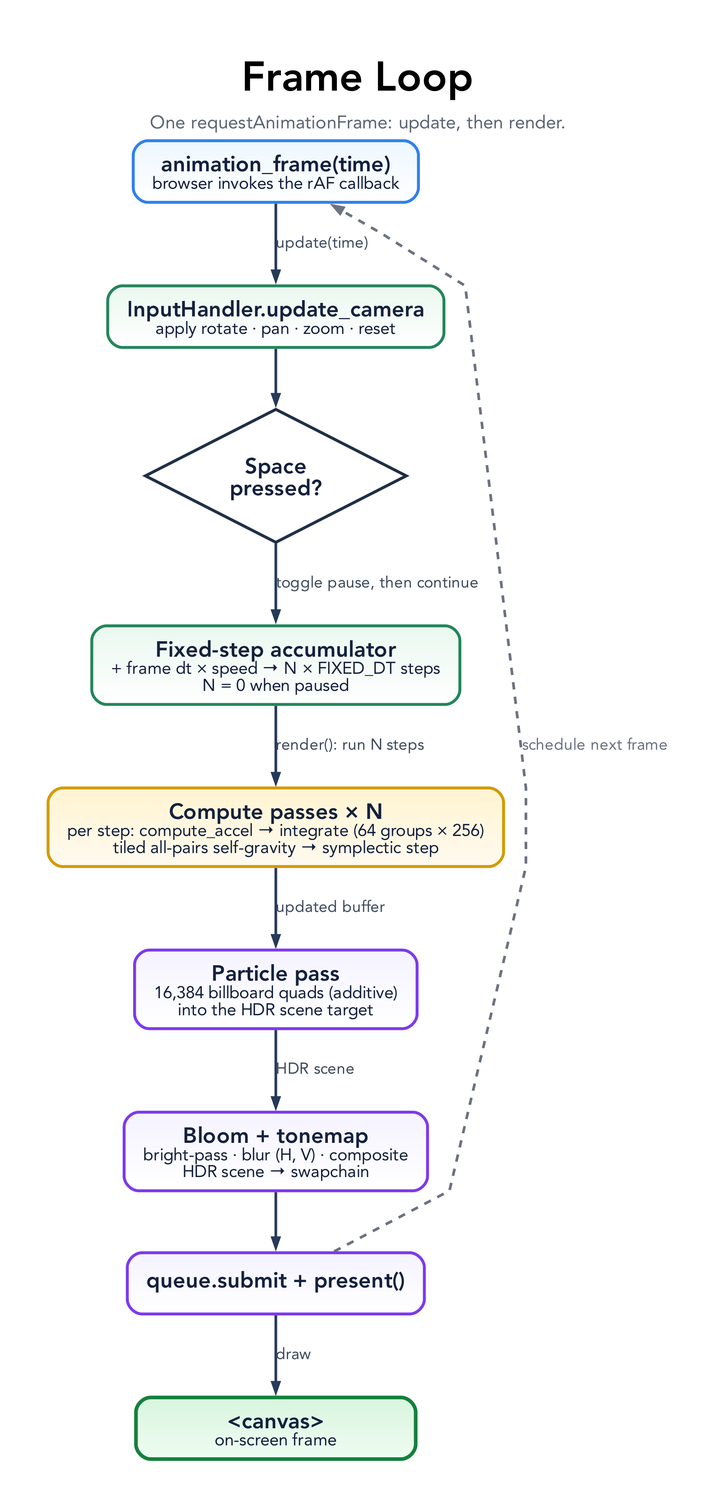
Above: docs/diagrams/frame-loop.png in tre-systems/galacto (Graphviz), before the change. Its source is kept beside it as docs/diagrams/frame-loop.dot. Its diagram source:
```dot
digraph FrameLoop {
  graph [
    rankdir=TB,
    bgcolor="#ffffff",
    pad="0.55",
    nodesep="0.5",
    ranksep="0.7",
    splines=polyline,
    outputorder=edgesfirst,
    newrank=true,
    forcelabels=true,
    fontname="Avenir",
    label=<
      <TABLE BORDER="0" CELLBORDER="0" CELLSPACING="0" CELLPADDING="0">
        <TR><TD><FONT POINT-SIZE="34"><B>Frame Loop</B></FONT></TD></TR>
        <TR><TD><FONT POINT-SIZE="15" COLOR="#5b6573">One requestAnimationFrame: update, then render.</FONT></TD></TR>
      </TABLE>
    >,
    labelloc=t,
    labeljust=c
  ];

  node [
    shape=box,
    style="rounded,filled",
    margin="0.22,0.13",
    width=3.2,
    height=0.7,
    fontname="Avenir",
    fontsize=18,
    penwidth=2.4,
    fontcolor="#14213d",
    color="#2264c7",
    fillcolor="#eaf3ff:#ffffff",
    gradientangle=270
  ];

  edge [
    color="#263a59",
    fontname="Avenir",
    fontsize=13,
    fontcolor="#3d4a5c",
    penwidth=2.2,
    arrowsize=0.8
  ];

  START [label=<<B>animation_frame(time)</B><BR/><FONT POINT-SIZE="14">browser invokes the rAF callback</FONT>>, fillcolor="#edf7ff:#ffffff", color="#2f80ed"];

  U1 [label=<<B>InputHandler.update_camera</B><BR/><FONT POINT-SIZE="14">apply rotate · pan · zoom · reset</FONT>>, fillcolor="#eaf8ef:#ffffff", color="#22865a"];
  U2 [shape=diamond, style=filled, fillcolor="#ffffff", color="#1f2f46", penwidth=2.4, width=2.4, height=1.05, label=<<B>Space<BR/>pressed?</B>>];
  U3 [label=<<B>Fixed-step accumulator</B><BR/><FONT POINT-SIZE="14">+ frame dt × speed → N × FIXED_DT steps<BR/>N = 0 when paused</FONT>>, fillcolor="#eaf8ef:#ffffff", color="#22865a"];

  CP [label=<<B>Compute passes × N</B><BR/><FONT POINT-SIZE="14">per step: compute_accel → integrate (64 groups × 256)<BR/>tiled all-pairs self-gravity → symplectic step</FONT>>, fillcolor="#fff4d1:#fffaf0", color="#d39a00"];
  RP [label=<<B>Particle pass</B><BR/><FONT POINT-SIZE="14">16,384 billboard quads (additive)<BR/>into the HDR scene target</FONT>>, fillcolor="#f5f3ff:#ffffff", color="#7c3aed"];
  BLOOM [label=<<B>Bloom + tonemap</B><BR/><FONT POINT-SIZE="14">bright-pass · blur (H, V) · composite<BR/>HDR scene → swapchain</FONT>>, fillcolor="#f5f3ff:#ffffff", color="#7c3aed"];
  PRES [label=<<B>queue.submit + present()</B>>, fillcolor="#f5f3ff:#ffffff", color="#7c3aed"];

  CANVAS [label=<<B>&lt;canvas&gt;</B><BR/><FONT POINT-SIZE="14">on-screen frame</FONT>>, fillcolor="#d8f5de:#effcf2", color="#15803d", penwidth=3.0];

  START -> U1 [label="update(time)"];
  U1 -> U2;
  U2 -> U3 [label="toggle pause, then continue"];
  U3 -> CP [label="render(): run N steps"];
  CP -> RP [label="updated buffer"];
  RP -> BLOOM [label="HDR scene"];
  BLOOM -> PRES;
  PRES -> CANVAS [label="draw"];

  PRES -> START [label="schedule next frame", color="#6b7280", fontcolor="#6b7280", style=dashed, constraint=false];
}
```
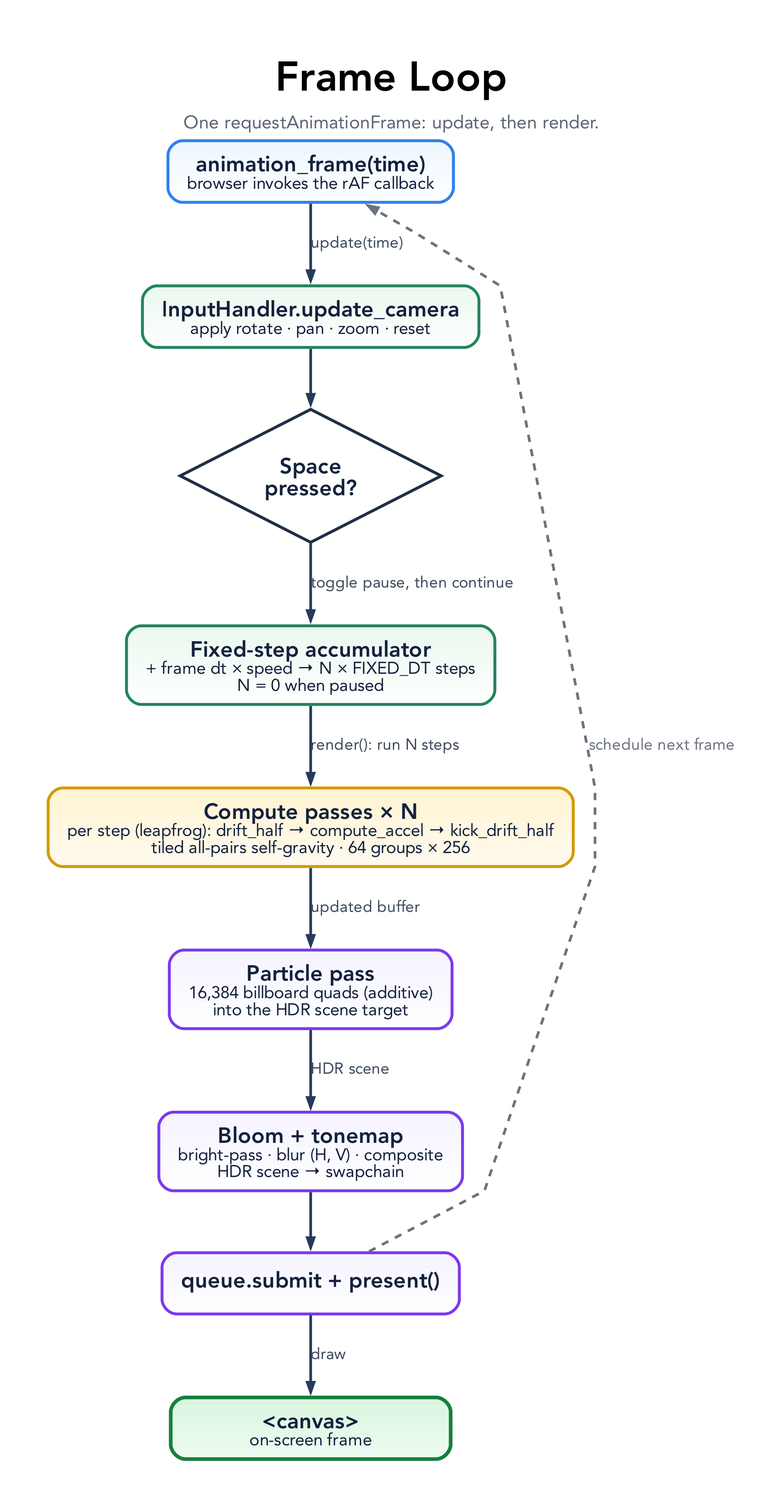
Above is the later version.

Commit message:
feat: leapfrog (DKD) integrator

What changed in the source:
```diff
@@ -50,7 +50,7 @@
   U2 [shape=diamond, style=filled, fillcolor="#ffffff", color="#1f2f46", penwidth=2.4, width=2.4, height=1.05, label=<<B>Space<BR/>pressed?</B>>];
   U3 [label=<<B>Fixed-step accumulator</B><BR/><FONT POINT-SIZE="14">+ frame dt × speed → N × FIXED_DT steps<BR/>N = 0 when paused</FONT>>, fillcolor="#eaf8ef:#ffffff", color="#22865a"];
 
-  CP [label=<<B>Compute passes × N</B><BR/><FONT POINT-SIZE="14">per step: compute_accel → integrate (64 groups × 256)<BR/>tiled all-pairs self-gravity → symplectic step</FONT>>, fillcolor="#fff4d1:#fffaf0", color="#d39a00"];
+  CP [label=<<B>Compute passes × N</B><BR/><FONT POINT-SIZE="14">per step (leapfrog): drift_half → compute_accel → kick_drift_half<BR/>tiled all-pairs self-gravity · 64 groups × 256</FONT>>, fillcolor="#fff4d1:#fffaf0", color="#d39a00"];
   RP [label=<<B>Particle pass</B><BR/><FONT POINT-SIZE="14">16,384 billboard quads (additive)<BR/>into the HDR scene target</FONT>>, fillcolor="#f5f3ff:#ffffff", color="#7c3aed"];
   BLOOM [label=<<B>Bloom + tonemap</B><BR/><FONT POINT-SIZE="14">bright-pass · blur (H, V) · composite<BR/>HDR scene → swapchain</FONT>>, fillcolor="#f5f3ff:#ffffff", color="#7c3aed"];
   PRES [label=<<B>queue.submit + present()</B>>, fillcolor="#f5f3ff:#ffffff", color="#7c3aed"];
```
